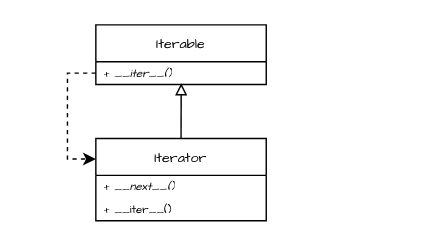
Above: Draw_Files/Python.drawio in wangmu0115/WangMu (draw.io), before the change. Source tidied: cells renumbered, new cells numbered last; positions are measured from the earlier drawing's top-left corner, leaving out a move shared by most shapes. Both pictures are drawn from the tidied source at 142%, with x=0, y=0 at pixel (95, 24).
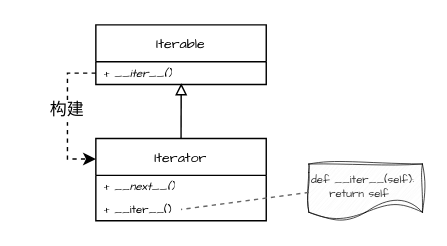
Above is the later version.

What changed in the source:
```diff
@@
 <mxGraphModel>
   <root>
     <mxCell id="0" />
     <mxCell id="1" parent="0" />
     <mxCell id="2" value="Iterable" style="swimlane;fontStyle=0;align=center;verticalAlign=middle;horizontal=1;startSize=26;whiteSpace=wrap;html=1;fontFamily=Comic Sans MS;fontSize=10;" parent="1" vertex="1">
       <mxGeometry width="120" height="42" as="geometry" />
     </mxCell>
     <mxCell id="3" value="+ &lt;i&gt;__iter__()&lt;/i&gt;" style="text;strokeColor=none;fillColor=none;align=left;verticalAlign=middle;spacingLeft=4;spacingRight=4;overflow=hidden;points=[[0,0.5],[1,0.5]];portConstraint=eastwest;whiteSpace=wrap;html=1;fontFamily=Comic Sans MS;fontSize=8;" parent="2" vertex="1">
       <mxGeometry y="26" width="120" height="16" as="geometry" />
     </mxCell>
     <mxCell id="4" value="Iterator" style="swimlane;fontStyle=0;align=center;verticalAlign=middle;horizontal=1;startSize=26;whiteSpace=wrap;html=1;fontFamily=Comic Sans MS;fontSize=10;" parent="1" vertex="1">
       <mxGeometry y="80" width="120" height="58" as="geometry" />
     </mxCell>
     <mxCell id="5" value="+ __&lt;i&gt;next__()&lt;/i&gt;" style="text;strokeColor=none;fillColor=none;align=left;verticalAlign=middle;spacingLeft=4;spacingRight=4;overflow=hidden;whiteSpace=wrap;html=1;fontFamily=Comic Sans MS;fontSize=8;" parent="4" vertex="1">
       <mxGeometry y="26" width="120" height="16" as="geometry" />
     </mxCell>
     <mxCell id="6" value="+ __iter__()" style="text;strokeColor=none;fillColor=none;align=left;verticalAlign=middle;spacingLeft=4;spacingRight=4;overflow=hidden;points=[[0,0.5],[1,0.5]];portConstraint=eastwest;whiteSpace=wrap;html=1;fontFamily=Comic Sans MS;fontSize=8;" parent="4" vertex="1">
       <mxGeometry y="42" width="120" height="16" as="geometry" />
     </mxCell>
     <mxCell id="7" style="rounded=0;jettySize=auto;html=1;exitX=0.5;exitY=0;exitDx=0;exitDy=0;entryX=0.501;entryY=0.946;entryDx=0;entryDy=0;entryPerimeter=0;endArrow=block;endFill=0;" parent="1" edge="1" source="4" target="3">
       <mxGeometry relative="1" as="geometry" />
     </mxCell>
     <mxCell id="8" style="edgeStyle=orthogonalEdgeStyle;rounded=0;jettySize=auto;html=1;exitX=0;exitY=0.5;exitDx=0;exitDy=0;entryX=0;entryY=0.25;entryDx=0;entryDy=0;dashed=1;" parent="1" edge="1" source="3" target="4">
       <mxGeometry relative="1" as="geometry" />
     </mxCell>
+    <mxCell id="9" value="def __iter__(self):&lt;div&gt;&amp;nbsp; &amp;nbsp; return self&lt;/div&gt;" style="shape=document;whiteSpace=wrap;html=1;boundedLbl=1;align=left;verticalAlign=top;fontFamily=Comic Sans MS;fontSize=8;fillColor=#f5f5f5;fontColor=#333333;strokeColor=default;sketch=1;curveFitting=1;jiggle=2;strokeWidth=0.5;" parent="1" vertex="1">
+      <mxGeometry x="150" y="98" width="80" height="40" as="geometry" />
+    </mxCell>
+    <mxCell id="10" style="rounded=0;jettySize=auto;html=1;exitX=0;exitY=0.5;exitDx=0;exitDy=0;entryX=0.5;entryY=0.5;entryDx=0;entryDy=0;entryPerimeter=0;dashed=1;endArrow=none;endFill=0;fillColor=#f5f5f5;strokeColor=#666666;" parent="1" edge="1" source="9" target="6">
+      <mxGeometry relative="1" as="geometry" />
+    </mxCell>
+    <mxCell id="11" value="构建" style="text;html=1;align=center;verticalAlign=middle;whiteSpace=wrap;rounded=0;fontFamily=Comic Sans MS;labelBackgroundColor=default;" parent="1" vertex="1">
+      <mxGeometry x="-50" y="46" width="60" height="30" as="geometry" />
+    </mxCell>
   </root>
 </mxGraphModel>
```
